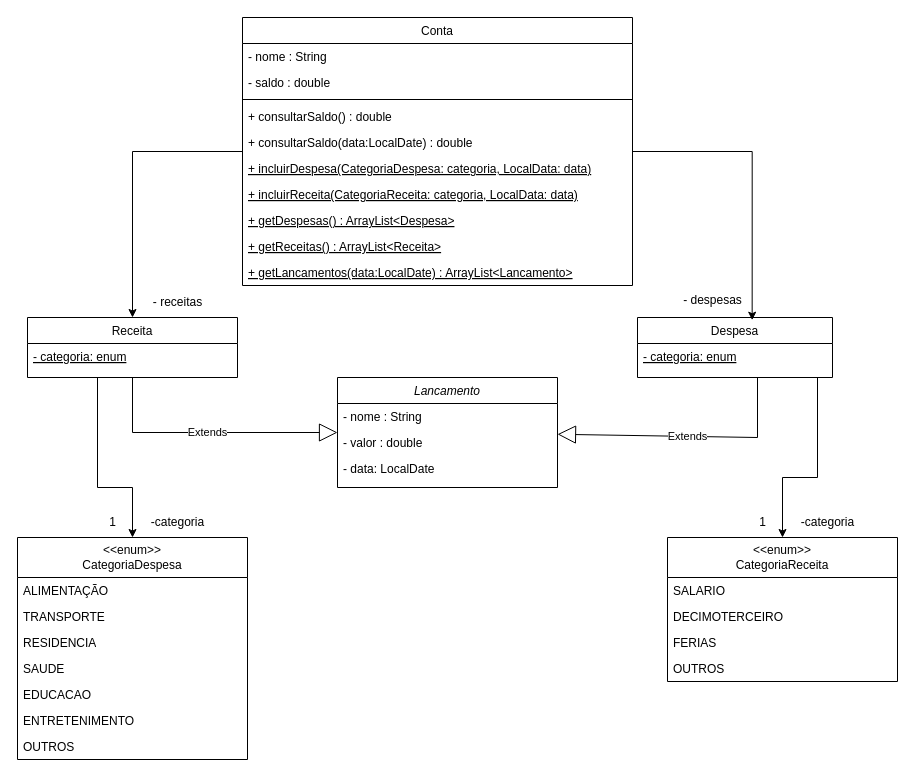
This is DinDin.drawio from iaraoliveira/dindin, a draw.io file, before an edit. Source tidied: cells renumbered, new cells numbered last; positions are measured from the earlier drawing's top-left corner, leaving out a move shared by most shapes. Both pictures are drawn from the tidied source at 100%, with x=0, y=0 at pixel (17, 17).
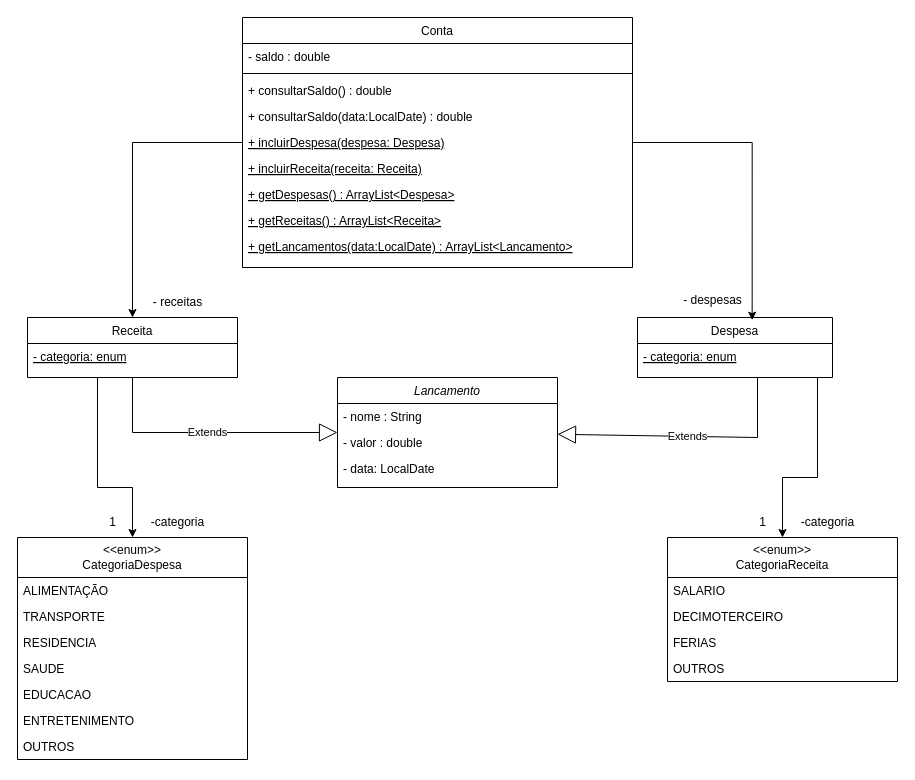
The same diagram, later.

Commit message:
:sparkles: Entidade conta não precisa de nome

Change to the diagram source:
```diff
@@
     <mxCell id="13" value="Conta" style="swimlane;fontStyle=0;align=center;verticalAlign=top;horizontal=1;startSize=26;rounded=0;shadow=0;strokeWidth=1;" parent="1" vertex="1">
-      <mxGeometry x="225" width="390" height="268" as="geometry" />
+      <mxGeometry x="225" width="390" height="250" as="geometry" />
     </mxCell>
-    <mxCell id="14" value="- nome : String" style="text;align=left;verticalAlign=top;spacingLeft=4;spacingRight=4;overflow=hidden;rounded=0;shadow=0;html=0;" parent="13" vertex="1">
-      <mxGeometry y="26" width="390" height="26" as="geometry" />
-    </mxCell>
     <mxCell id="15" value="- saldo : double" style="text;align=left;verticalAlign=top;spacingLeft=4;spacingRight=4;overflow=hidden;rounded=0;shadow=0;html=0;" parent="13" vertex="1">
-      <mxGeometry y="52" width="390" height="26" as="geometry" />
+      <mxGeometry y="26" width="390" height="26" as="geometry" />
     </mxCell>
     <mxCell id="16" style="line;html=1;strokeWidth=1;align=left;verticalAlign=middle;spacingTop=-1;spacingLeft=3;spacingRight=3;labelPosition=right;" parent="13" vertex="1">
-      <mxGeometry y="78" width="390" height="8" as="geometry" />
+      <mxGeometry y="52" width="390" height="8" as="geometry" />
     </mxCell>
     <mxCell id="17" value="+ consultarSaldo() : double" style="text;align=left;verticalAlign=top;spacingLeft=4;spacingRight=4;overflow=hidden;" parent="13" vertex="1">
-      <mxGeometry y="86" width="390" height="26" as="geometry" />
+      <mxGeometry y="60" width="390" height="26" as="geometry" />
     </mxCell>
     <mxCell id="18" value="+ consultarSaldo(data:LocalDate) : double" style="text;align=left;verticalAlign=top;spacingLeft=4;spacingRight=4;overflow=hidden;" parent="13" vertex="1">
-      <mxGeometry y="112" width="390" height="26" as="geometry" />
+      <mxGeometry y="86" width="390" height="26" as="geometry" />
     </mxCell>
-    <mxCell id="19" value="+ incluirDespesa(CategoriaDespesa: categoria, LocalData: data)" style="text;align=left;verticalAlign=top;spacingLeft=4;spacingRight=4;overflow=hidden;fontStyle=4;" parent="13" vertex="1">
-      <mxGeometry y="138" width="390" height="26" as="geometry" />
+    <mxCell id="19" value="+ incluirDespesa(despesa: Despesa)" style="text;align=left;verticalAlign=top;spacingLeft=4;spacingRight=4;overflow=hidden;fontStyle=4;" parent="13" vertex="1">
+      <mxGeometry y="112" width="390" height="26" as="geometry" />
     </mxCell>
-    <mxCell id="20" value="+ incluirReceita(CategoriaReceita: categoria, LocalData: data)" style="text;align=left;verticalAlign=top;spacingLeft=4;spacingRight=4;overflow=hidden;fontStyle=4;" parent="13" vertex="1">
-      <mxGeometry y="164" width="390" height="26" as="geometry" />
+    <mxCell id="20" value="+ incluirReceita(receita: Receita)" style="text;align=left;verticalAlign=top;spacingLeft=4;spacingRight=4;overflow=hidden;fontStyle=4;" parent="13" vertex="1">
+      <mxGeometry y="138" width="390" height="26" as="geometry" />
     </mxCell>
     <mxCell id="21" value="+ getDespesas() : ArrayList&lt;Despesa&gt;" style="text;align=left;verticalAlign=top;spacingLeft=4;spacingRight=4;overflow=hidden;fontStyle=4;" parent="13" vertex="1">
-      <mxGeometry y="190" width="390" height="26" as="geometry" />
+      <mxGeometry y="164" width="390" height="26" as="geometry" />
     </mxCell>
     <mxCell id="22" value="+ getReceitas() : ArrayList&lt;Receita&gt;" style="text;align=left;verticalAlign=top;spacingLeft=4;spacingRight=4;overflow=hidden;fontStyle=4;" parent="13" vertex="1">
-      <mxGeometry y="216" width="390" height="26" as="geometry" />
+      <mxGeometry y="190" width="390" height="26" as="geometry" />
     </mxCell>
     <mxCell id="23" value="+ getLancamentos(data:LocalDate) : ArrayList&lt;Lancamento&gt;" style="text;align=left;verticalAlign=top;spacingLeft=4;spacingRight=4;overflow=hidden;fontStyle=4;" parent="13" vertex="1">
-      <mxGeometry y="242" width="390" height="26" as="geometry" />
+      <mxGeometry y="216" width="390" height="26" as="geometry" />
     </mxCell>
```
